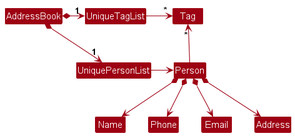
nus-cs2103-AY2425S1/tp keeps this PlantUML diagram as docs/images/BetterModelClassDiagram.png. Above is the earlier version.
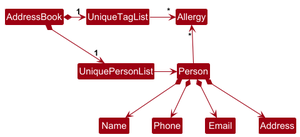
The same diagram one commit later.

Commit message:
Update Developer Guide Model Diagram

Change to the diagram source:
```diff
@@ -9,10 +9,10 @@
 UniqueTagList -[hidden]down- UniquePersonList
 UniqueTagList -[hidden]down- UniquePersonList
 
-UniqueTagList -right-> "*" Tag
+UniqueTagList -right-> "*" Allergy
 UniquePersonList -right-> Person
 
-Person -up-> "*" Tag
+Person -up-> "*" Allergy
 
 Person *--> Name
 Person *--> Phone
```
